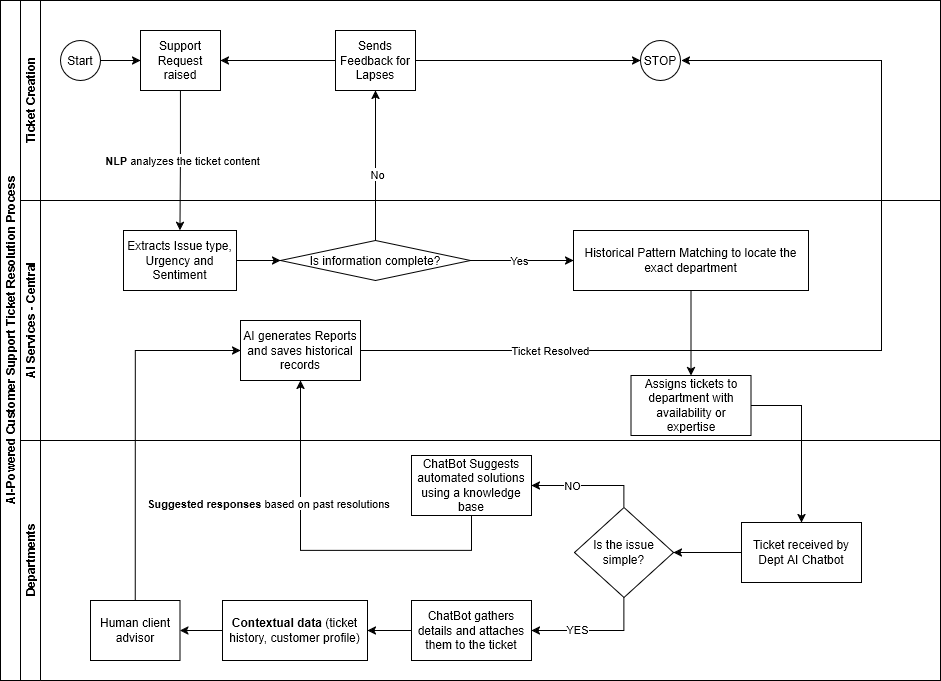
Earlier version of the draw.io export Case Studies/AI-Powered_Customer_Support_Ticket.drawio.png (dhiradc/Analytics_Hub). Source tidied: cells renumbered, new cells last; positions are measured from the earlier drawing's top-left corner, leaving out a move shared by most shapes. Source of this version:
```xml
<mxGraphModel>
  <root>
    <mxCell id="0" />
    <mxCell id="1" parent="0" />
    <mxCell id="2" value="AI-Powered Customer Support Ticket Resolution Process" style="swimlane;html=1;horizontal=0;startSize=20;" parent="1" vertex="1">
      <mxGeometry width="940" height="680" as="geometry" />
    </mxCell>
    <mxCell id="3" style="edgeStyle=orthogonalEdgeStyle;rounded=0;jettySize=auto;html=1;endArrow=classic;endFill=1;" parent="2" edge="1" source="18" target="11">
      <mxGeometry relative="1" as="geometry" />
    </mxCell>
    <mxCell id="4" value="No" style="edgeLabel;html=1;align=center;verticalAlign=middle;" parent="3" vertex="1">
      <mxGeometry x="-0.11" y="-1" relative="1" as="geometry" />
    </mxCell>
    <mxCell id="5" value="Ticket Creation" style="swimlane;html=1;startSize=20;horizontal=0;" parent="2" vertex="1">
      <mxGeometry x="20" width="920" height="200" as="geometry" />
    </mxCell>
    <mxCell id="6" style="edgeStyle=orthogonalEdgeStyle;rounded=0;jettySize=auto;html=1;" parent="5" edge="1" source="7" target="8">
      <mxGeometry relative="1" as="geometry" />
    </mxCell>
    <mxCell id="7" value="Start" style="ellipse;whiteSpace=wrap;html=1;" parent="5" vertex="1">
      <mxGeometry x="40" y="40" width="40" height="40" as="geometry" />
    </mxCell>
    <mxCell id="8" value="Support Request raised" style="rounded=0;whiteSpace=wrap;html=1;fontFamily=Helvetica;fontSize=12;fontColor=#000000;align=center;" parent="5" vertex="1">
      <mxGeometry x="120" y="30" width="80" height="60" as="geometry" />
    </mxCell>
    <mxCell id="9" style="edgeStyle=orthogonalEdgeStyle;rounded=0;jettySize=auto;html=1;endArrow=classic;endFill=1;" parent="5" edge="1" source="11" target="12">
      <mxGeometry relative="1" as="geometry" />
    </mxCell>
    <mxCell id="10" style="edgeStyle=orthogonalEdgeStyle;rounded=0;jettySize=auto;html=1;" parent="5" edge="1" source="11" target="8">
      <mxGeometry relative="1" as="geometry" />
    </mxCell>
    <mxCell id="11" value="Sends Feedback for Lapses" style="rounded=0;whiteSpace=wrap;html=1;fontFamily=Helvetica;fontSize=12;fontColor=#000000;align=center;" parent="5" vertex="1">
      <mxGeometry x="315" y="30" width="80" height="60" as="geometry" />
    </mxCell>
    <mxCell id="12" value="STOP" style="ellipse;whiteSpace=wrap;html=1;" parent="5" vertex="1">
      <mxGeometry x="620" y="40" width="40" height="40" as="geometry" />
    </mxCell>
    <mxCell id="13" value="AI Services - Central" style="swimlane;html=1;startSize=20;horizontal=0;" parent="2" vertex="1">
      <mxGeometry x="20" y="200" width="920" height="240" as="geometry" />
    </mxCell>
    <mxCell id="14" style="edgeStyle=orthogonalEdgeStyle;rounded=0;jettySize=auto;html=1;" parent="13" edge="1" source="15" target="18">
      <mxGeometry relative="1" as="geometry" />
    </mxCell>
    <mxCell id="15" value="Extracts Issue type, Urgency and Sentiment" style="rounded=0;whiteSpace=wrap;html=1;fontFamily=Helvetica;fontSize=12;fontColor=#000000;align=center;" parent="13" vertex="1">
      <mxGeometry x="103" y="30" width="113" height="60" as="geometry" />
    </mxCell>
    <mxCell id="16" style="edgeStyle=orthogonalEdgeStyle;rounded=0;jettySize=auto;html=1;" parent="13" edge="1" source="18" target="20">
      <mxGeometry relative="1" as="geometry" />
    </mxCell>
    <mxCell id="17" value="Yes" style="edgeLabel;html=1;align=center;verticalAlign=middle;" parent="16" vertex="1">
      <mxGeometry x="-0.07" y="-2" relative="1" as="geometry">
        <mxPoint y="-3" as="offset" />
      </mxGeometry>
    </mxCell>
    <mxCell id="18" value="Is information complete?" style="rhombus;whiteSpace=wrap;html=1;fontFamily=Helvetica;fontSize=12;fontColor=#000000;align=center;" parent="13" vertex="1">
      <mxGeometry x="260" y="40" width="190" height="40" as="geometry" />
    </mxCell>
    <mxCell id="19" style="edgeStyle=orthogonalEdgeStyle;rounded=0;jettySize=auto;html=1;" parent="13" edge="1" source="20" target="21">
      <mxGeometry relative="1" as="geometry" />
    </mxCell>
    <mxCell id="20" value="Historical Pattern Matching to locate the exact department" style="rounded=0;whiteSpace=wrap;html=1;fontFamily=Helvetica;fontSize=12;fontColor=#000000;align=center;" parent="13" vertex="1">
      <mxGeometry x="553" y="30" width="235" height="60" as="geometry" />
    </mxCell>
    <mxCell id="21" value="Assigns tickets to department with availability or expertise" style="whiteSpace=wrap;html=1;fontColor=#000000;rounded=0;" parent="13" vertex="1">
      <mxGeometry x="610.5" y="175" width="120" height="60" as="geometry" />
    </mxCell>
    <mxCell id="22" value="AI generates Reports and saves historical records" style="rounded=0;whiteSpace=wrap;html=1;" parent="13" vertex="1">
      <mxGeometry x="220" y="120" width="120" height="60" as="geometry" />
    </mxCell>
    <mxCell id="23" value="Departments" style="swimlane;html=1;startSize=20;horizontal=0;" parent="2" vertex="1">
      <mxGeometry x="20" y="440" width="920" height="240" as="geometry" />
    </mxCell>
    <mxCell id="24" style="edgeStyle=orthogonalEdgeStyle;rounded=0;jettySize=auto;html=1;exitX=0.5;exitY=0;exitDx=0;exitDy=0;" parent="23" edge="1" source="28" target="31">
      <mxGeometry relative="1" as="geometry" />
    </mxCell>
    <mxCell id="25" value="NO" style="edgeLabel;html=1;align=center;verticalAlign=middle;" parent="24" vertex="1">
      <mxGeometry x="-0.02" y="2" relative="1" as="geometry">
        <mxPoint x="-18" y="-3" as="offset" />
      </mxGeometry>
    </mxCell>
    <mxCell id="26" style="edgeStyle=orthogonalEdgeStyle;rounded=0;jettySize=auto;html=1;exitX=0.5;exitY=1;exitDx=0;exitDy=0;entryX=1;entryY=0.5;entryDx=0;entryDy=0;" parent="23" edge="1" source="28" target="33">
      <mxGeometry relative="1" as="geometry">
        <Array as="points">
          <mxPoint x="604" y="190" />
        </Array>
      </mxGeometry>
    </mxCell>
    <mxCell id="27" value="YES" style="edgeLabel;html=1;align=center;verticalAlign=middle;" parent="26" vertex="1">
      <mxGeometry x="0.28" y="-2" relative="1" as="geometry">
        <mxPoint x="1" as="offset" />
      </mxGeometry>
    </mxCell>
    <mxCell id="28" value="Is the issue simple?" style="rhombus;whiteSpace=wrap;html=1;" parent="23" vertex="1">
      <mxGeometry x="554" y="67" width="99" height="90" as="geometry" />
    </mxCell>
    <mxCell id="29" style="edgeStyle=orthogonalEdgeStyle;rounded=0;jettySize=auto;html=1;" parent="23" edge="1" source="30" target="28">
      <mxGeometry relative="1" as="geometry" />
    </mxCell>
    <mxCell id="30" value="Ticket received by Dept AI Chatbot" style="whiteSpace=wrap;html=1;" parent="23" vertex="1">
      <mxGeometry x="721" y="82" width="120" height="60" as="geometry" />
    </mxCell>
    <mxCell id="31" value="ChatBot Suggests automated solutions using a knowledge base" style="whiteSpace=wrap;html=1;" parent="23" vertex="1">
      <mxGeometry x="391" y="15" width="120" height="60" as="geometry" />
    </mxCell>
    <mxCell id="32" style="edgeStyle=orthogonalEdgeStyle;rounded=0;jettySize=auto;html=1;" parent="23" edge="1" source="33" target="35">
      <mxGeometry relative="1" as="geometry" />
    </mxCell>
    <mxCell id="33" value="ChatBot gathers details and attaches them to the ticket" style="whiteSpace=wrap;html=1;" parent="23" vertex="1">
      <mxGeometry x="391" y="160" width="120" height="60" as="geometry" />
    </mxCell>
    <mxCell id="34" style="edgeStyle=orthogonalEdgeStyle;rounded=0;jettySize=auto;html=1;" parent="23" edge="1" source="35" target="36">
      <mxGeometry relative="1" as="geometry" />
    </mxCell>
    <mxCell id="35" value="&lt;strong&gt;Contextual data&lt;/strong&gt; (ticket history, customer profile)" style="whiteSpace=wrap;html=1;" parent="23" vertex="1">
      <mxGeometry x="202" y="160" width="145" height="60" as="geometry" />
    </mxCell>
    <mxCell id="36" value="Human client advisor" style="whiteSpace=wrap;html=1;" parent="23" vertex="1">
      <mxGeometry x="70" y="160" width="89.5" height="60" as="geometry" />
    </mxCell>
    <mxCell id="37" style="edgeStyle=orthogonalEdgeStyle;rounded=0;jettySize=auto;html=1;entryX=0.5;entryY=0;entryDx=0;entryDy=0;" parent="2" edge="1" source="8" target="15">
      <mxGeometry relative="1" as="geometry" />
    </mxCell>
    <mxCell id="38" value="&lt;strong&gt;NLP&lt;/strong&gt; analyzes the ticket content" style="edgeLabel;html=1;align=center;verticalAlign=middle;" parent="37" vertex="1">
      <mxGeometry x="-0.01" y="1" relative="1" as="geometry" />
    </mxCell>
    <mxCell id="39" style="edgeStyle=orthogonalEdgeStyle;rounded=0;jettySize=auto;html=1;entryX=0.5;entryY=0;entryDx=0;entryDy=0;exitX=1;exitY=0.5;exitDx=0;exitDy=0;" parent="2" edge="1" source="21" target="30">
      <mxGeometry relative="1" as="geometry" />
    </mxCell>
    <mxCell id="40" style="edgeStyle=orthogonalEdgeStyle;rounded=0;jettySize=auto;html=1;entryX=0.5;entryY=1;entryDx=0;entryDy=0;exitX=0.5;exitY=1;exitDx=0;exitDy=0;" parent="2" edge="1" source="31" target="22">
      <mxGeometry x="0.25" relative="1" as="geometry">
        <Array as="points">
          <mxPoint x="471" y="550" />
          <mxPoint x="300" y="550" />
        </Array>
      </mxGeometry>
    </mxCell>
    <mxCell id="41" value="&lt;strong&gt;Suggested responses&lt;/strong&gt; based on past resolutions" style="edgeLabel;html=1;align=center;verticalAlign=middle;" parent="40" vertex="1">
      <mxGeometry x="-0.2" y="-1" relative="1" as="geometry">
        <mxPoint x="-88" y="-47" as="offset" />
      </mxGeometry>
    </mxCell>
    <mxCell id="42" style="edgeStyle=orthogonalEdgeStyle;rounded=0;jettySize=auto;html=1;entryX=0;entryY=0.5;entryDx=0;entryDy=0;exitX=0.5;exitY=0;exitDx=0;exitDy=0;" parent="2" edge="1" source="36" target="22">
      <mxGeometry relative="1" as="geometry" />
    </mxCell>
    <mxCell id="43" style="edgeStyle=orthogonalEdgeStyle;rounded=0;jettySize=auto;html=1;" parent="2" edge="1" source="22">
      <mxGeometry relative="1" as="geometry">
        <mxPoint x="681" y="60" as="targetPoint" />
        <Array as="points">
          <mxPoint x="881" y="350" />
          <mxPoint x="881" y="60" />
        </Array>
      </mxGeometry>
    </mxCell>
    <mxCell id="44" value="Ticket Resolved" style="edgeLabel;html=1;align=center;verticalAlign=middle;" parent="43" vertex="1">
      <mxGeometry x="-0.5" y="-2" relative="1" as="geometry">
        <mxPoint x="-62" y="-3" as="offset" />
      </mxGeometry>
    </mxCell>
  </root>
</mxGraphModel>
```
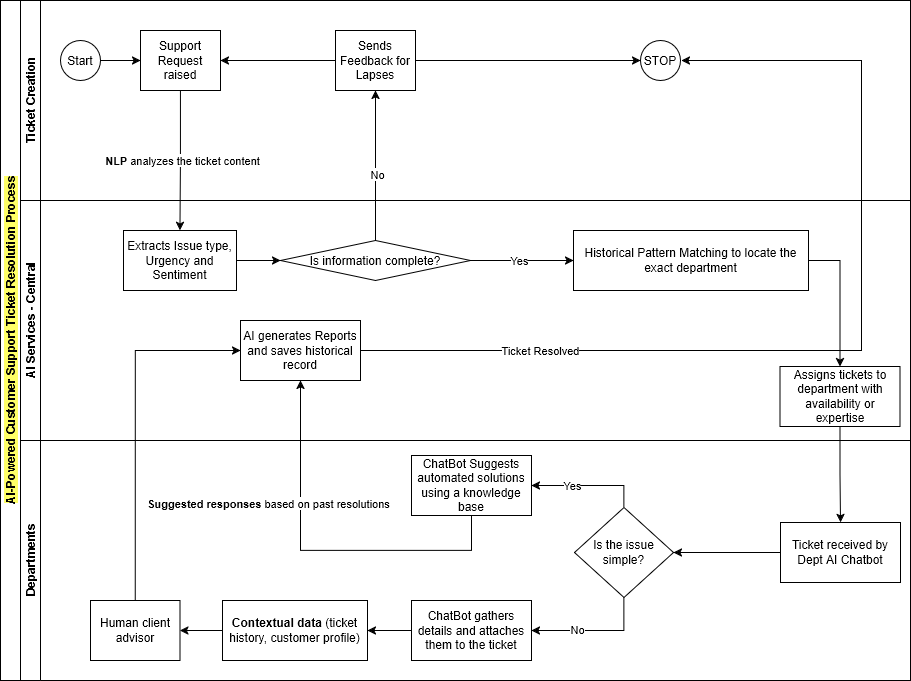
The same file after the commit.

Commit message:
Alignment adjusted

Diff of the diagram source:
```diff
@@ -2,8 +2,8 @@
   <root>
     <mxCell id="0" />
     <mxCell id="1" parent="0" />
-    <mxCell id="2" value="AI-Powered Customer Support Ticket Resolution Process" style="swimlane;html=1;horizontal=0;startSize=20;" parent="1" vertex="1">
-      <mxGeometry width="940" height="680" as="geometry" />
+    <mxCell id="2" value="&lt;span style=&quot;background-color: rgb(255, 255, 102);&quot;&gt;AI-Powered Customer Support Ticket Resolution Process&lt;/span&gt;" style="swimlane;html=1;horizontal=0;startSize=20;" parent="1" vertex="1">
+      <mxGeometry width="910" height="680" as="geometry" />
     </mxCell>
     <mxCell id="3" style="edgeStyle=orthogonalEdgeStyle;rounded=0;jettySize=auto;html=1;endArrow=classic;endFill=1;" parent="2" edge="1" source="18" target="11">
       <mxGeometry relative="1" as="geometry" />
@@ -12,7 +12,7 @@
       <mxGeometry x="-0.11" y="-1" relative="1" as="geometry" />
     </mxCell>
     <mxCell id="5" value="Ticket Creation" style="swimlane;html=1;startSize=20;horizontal=0;" parent="2" vertex="1">
-      <mxGeometry x="20" width="920" height="200" as="geometry" />
+      <mxGeometry x="20" width="890" height="200" as="geometry" />
     </mxCell>
     <mxCell id="6" style="edgeStyle=orthogonalEdgeStyle;rounded=0;jettySize=auto;html=1;" parent="5" edge="1" source="7" target="8">
       <mxGeometry relative="1" as="geometry" />
@@ -36,7 +36,7 @@
       <mxGeometry x="620" y="40" width="40" height="40" as="geometry" />
     </mxCell>
     <mxCell id="13" value="AI Services - Central" style="swimlane;html=1;startSize=20;horizontal=0;" parent="2" vertex="1">
-      <mxGeometry x="20" y="200" width="920" height="240" as="geometry" />
+      <mxGeometry x="20" y="200" width="890" height="240" as="geometry" />
     </mxCell>
     <mxCell id="14" style="edgeStyle=orthogonalEdgeStyle;rounded=0;jettySize=auto;html=1;" parent="13" edge="1" source="15" target="18">
       <mxGeometry relative="1" as="geometry" />
@@ -55,25 +55,25 @@
     <mxCell id="18" value="Is information complete?" style="rhombus;whiteSpace=wrap;html=1;fontFamily=Helvetica;fontSize=12;fontColor=#000000;align=center;" parent="13" vertex="1">
       <mxGeometry x="260" y="40" width="190" height="40" as="geometry" />
     </mxCell>
-    <mxCell id="19" style="edgeStyle=orthogonalEdgeStyle;rounded=0;jettySize=auto;html=1;" parent="13" edge="1" source="20" target="21">
+    <mxCell id="19" style="edgeStyle=orthogonalEdgeStyle;rounded=0;jettySize=auto;html=1;exitX=1;exitY=0.5;exitDx=0;exitDy=0;" parent="13" edge="1" source="20" target="21">
       <mxGeometry relative="1" as="geometry" />
     </mxCell>
     <mxCell id="20" value="Historical Pattern Matching to locate the exact department" style="rounded=0;whiteSpace=wrap;html=1;fontFamily=Helvetica;fontSize=12;fontColor=#000000;align=center;" parent="13" vertex="1">
       <mxGeometry x="553" y="30" width="235" height="60" as="geometry" />
     </mxCell>
     <mxCell id="21" value="Assigns tickets to department with availability or expertise" style="whiteSpace=wrap;html=1;fontColor=#000000;rounded=0;" parent="13" vertex="1">
-      <mxGeometry x="610.5" y="175" width="120" height="60" as="geometry" />
+      <mxGeometry x="759.5" y="166" width="120" height="60" as="geometry" />
     </mxCell>
-    <mxCell id="22" value="AI generates Reports and saves historical records" style="rounded=0;whiteSpace=wrap;html=1;" parent="13" vertex="1">
+    <mxCell id="22" value="AI generates Reports and saves historical record" style="rounded=0;whiteSpace=wrap;html=1;" parent="13" vertex="1">
       <mxGeometry x="220" y="120" width="120" height="60" as="geometry" />
     </mxCell>
     <mxCell id="23" value="Departments" style="swimlane;html=1;startSize=20;horizontal=0;" parent="2" vertex="1">
-      <mxGeometry x="20" y="440" width="920" height="240" as="geometry" />
+      <mxGeometry x="20" y="440" width="890" height="240" as="geometry" />
     </mxCell>
     <mxCell id="24" style="edgeStyle=orthogonalEdgeStyle;rounded=0;jettySize=auto;html=1;exitX=0.5;exitY=0;exitDx=0;exitDy=0;" parent="23" edge="1" source="28" target="31">
       <mxGeometry relative="1" as="geometry" />
     </mxCell>
-    <mxCell id="25" value="NO" style="edgeLabel;html=1;align=center;verticalAlign=middle;" parent="24" vertex="1">
+    <mxCell id="25" value="Yes" style="edgeLabel;html=1;align=center;verticalAlign=middle;" parent="24" vertex="1">
       <mxGeometry x="-0.02" y="2" relative="1" as="geometry">
         <mxPoint x="-18" y="-3" as="offset" />
       </mxGeometry>
@@ -85,7 +85,7 @@
         </Array>
       </mxGeometry>
     </mxCell>
-    <mxCell id="27" value="YES" style="edgeLabel;html=1;align=center;verticalAlign=middle;" parent="26" vertex="1">
+    <mxCell id="27" value="No" style="edgeLabel;html=1;align=center;verticalAlign=middle;" parent="26" vertex="1">
       <mxGeometry x="0.28" y="-2" relative="1" as="geometry">
         <mxPoint x="1" as="offset" />
       </mxGeometry>
@@ -97,7 +97,7 @@
       <mxGeometry relative="1" as="geometry" />
     </mxCell>
     <mxCell id="30" value="Ticket received by Dept AI Chatbot" style="whiteSpace=wrap;html=1;" parent="23" vertex="1">
-      <mxGeometry x="721" y="82" width="120" height="60" as="geometry" />
+      <mxGeometry x="760" y="82" width="120" height="60" as="geometry" />
     </mxCell>
     <mxCell id="31" value="ChatBot Suggests automated solutions using a knowledge base" style="whiteSpace=wrap;html=1;" parent="23" vertex="1">
       <mxGeometry x="391" y="15" width="120" height="60" as="geometry" />
@@ -123,9 +123,6 @@
     <mxCell id="38" value="&lt;strong&gt;NLP&lt;/strong&gt; analyzes the ticket content" style="edgeLabel;html=1;align=center;verticalAlign=middle;" parent="37" vertex="1">
       <mxGeometry x="-0.01" y="1" relative="1" as="geometry" />
     </mxCell>
-    <mxCell id="39" style="edgeStyle=orthogonalEdgeStyle;rounded=0;jettySize=auto;html=1;entryX=0.5;entryY=0;entryDx=0;entryDy=0;exitX=1;exitY=0.5;exitDx=0;exitDy=0;" parent="2" edge="1" source="21" target="30">
-      <mxGeometry relative="1" as="geometry" />
-    </mxCell>
     <mxCell id="40" style="edgeStyle=orthogonalEdgeStyle;rounded=0;jettySize=auto;html=1;entryX=0.5;entryY=1;entryDx=0;entryDy=0;exitX=0.5;exitY=1;exitDx=0;exitDy=0;" parent="2" edge="1" source="31" target="22">
       <mxGeometry x="0.25" relative="1" as="geometry">
         <Array as="points">
@@ -146,8 +143,8 @@
       <mxGeometry relative="1" as="geometry">
         <mxPoint x="681" y="60" as="targetPoint" />
         <Array as="points">
-          <mxPoint x="881" y="350" />
-          <mxPoint x="881" y="60" />
+          <mxPoint x="861" y="350" />
+          <mxPoint x="861" y="60" />
         </Array>
       </mxGeometry>
     </mxCell>
@@ -156,5 +153,8 @@
         <mxPoint x="-62" y="-3" as="offset" />
       </mxGeometry>
     </mxCell>
+    <mxCell id="39" style="edgeStyle=orthogonalEdgeStyle;rounded=0;jettySize=auto;html=1;" parent="2" edge="1" source="21" target="30">
+      <mxGeometry relative="1" as="geometry" />
+    </mxCell>
   </root>
 </mxGraphModel>
```
